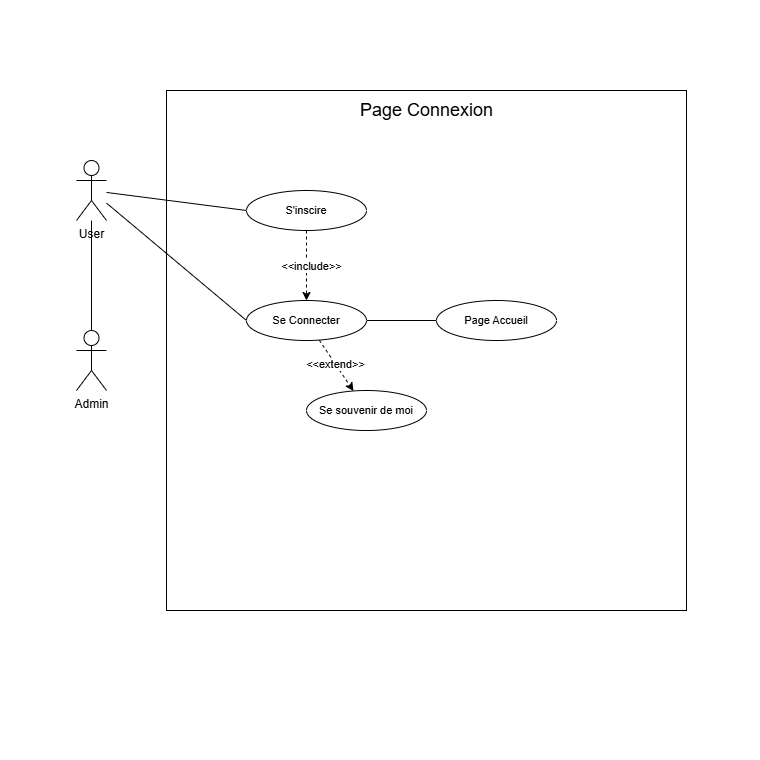
The draw.io diagram diagram use case page_connexion.drawio.png in Mathistrg/Styx, before a commit. Source tidied: cells renumbered, new cells last; positions are measured from the earlier drawing's top-left corner, leaving out a move shared by most shapes.
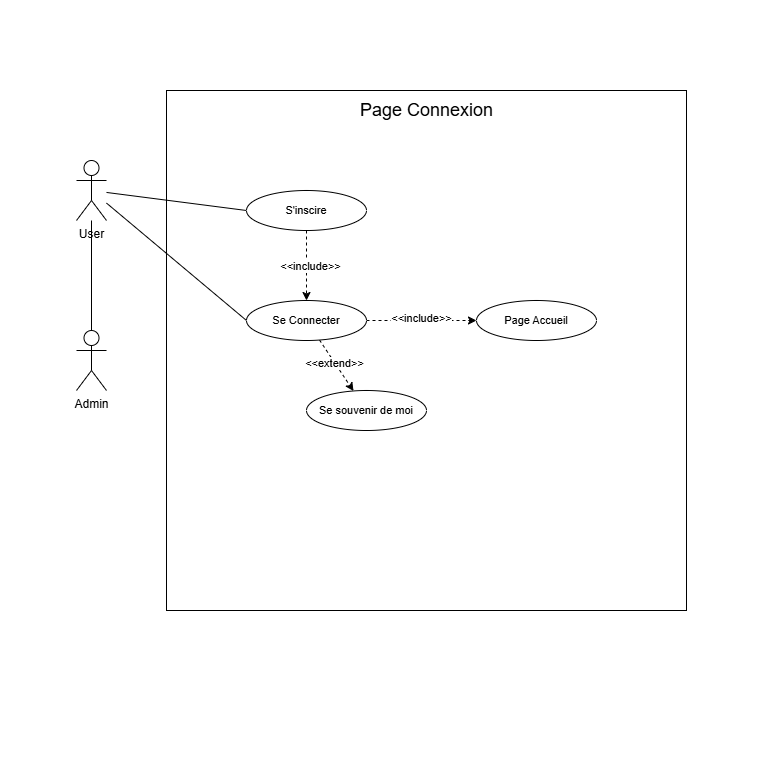
After the change.

Commit message:
Mettre à jour diagram use case page_connexion.drawio.png

Diff of the diagram source:
```diff
@@ -35,9 +35,12 @@
     <mxCell id="12" value="S'inscire" style="ellipse;whiteSpace=wrap;html=1;fontFamily=Helvetica;fontSize=11;fontColor=default;labelBackgroundColor=default;" parent="1" vertex="1">
       <mxGeometry x="246" y="190" width="120" height="40" as="geometry" />
     </mxCell>
-    <mxCell id="13" style="edgeStyle=none;shape=connector;rounded=0;jettySize=auto;html=1;entryX=0;entryY=0.5;entryDx=0;entryDy=0;strokeColor=default;align=center;verticalAlign=middle;fontFamily=Helvetica;fontSize=11;fontColor=default;labelBackgroundColor=default;endArrow=none;endFill=0;" parent="1" edge="1" source="16" target="18">
+    <mxCell id="13" style="edgeStyle=none;shape=connector;rounded=0;jettySize=auto;html=1;entryX=0;entryY=0.5;entryDx=0;entryDy=0;strokeColor=default;align=center;verticalAlign=middle;fontFamily=Helvetica;fontSize=11;fontColor=default;labelBackgroundColor=default;endArrow=classic;endFill=1;dashed=1;" parent="1" edge="1" source="16" target="18">
       <mxGeometry relative="1" as="geometry" />
     </mxCell>
+    <mxCell id="19" value="&amp;lt;&amp;lt;include&amp;gt;&amp;gt;" style="edgeLabel;html=1;align=center;verticalAlign=middle;" parent="13" vertex="1">
+      <mxGeometry x="-0.02" y="2" relative="1" as="geometry" />
+    </mxCell>
     <mxCell id="14" style="edgeStyle=none;shape=connector;rounded=0;jettySize=auto;html=1;strokeColor=default;align=center;verticalAlign=middle;fontFamily=Helvetica;fontSize=11;fontColor=default;labelBackgroundColor=default;endArrow=classic;endFill=1;dashed=1;" parent="1" edge="1" source="16" target="17">
       <mxGeometry relative="1" as="geometry" />
     </mxCell>
@@ -53,7 +56,7 @@
       <mxGeometry x="306" y="390" width="120" height="40" as="geometry" />
     </mxCell>
     <mxCell id="18" value="Page Accueil" style="ellipse;whiteSpace=wrap;html=1;fontFamily=Helvetica;fontSize=11;fontColor=default;labelBackgroundColor=default;" parent="1" vertex="1">
-      <mxGeometry x="436" y="300" width="120" height="40" as="geometry" />
+      <mxGeometry x="476" y="300" width="120" height="40" as="geometry" />
     </mxCell>
   </root>
 </mxGraphModel>
```
